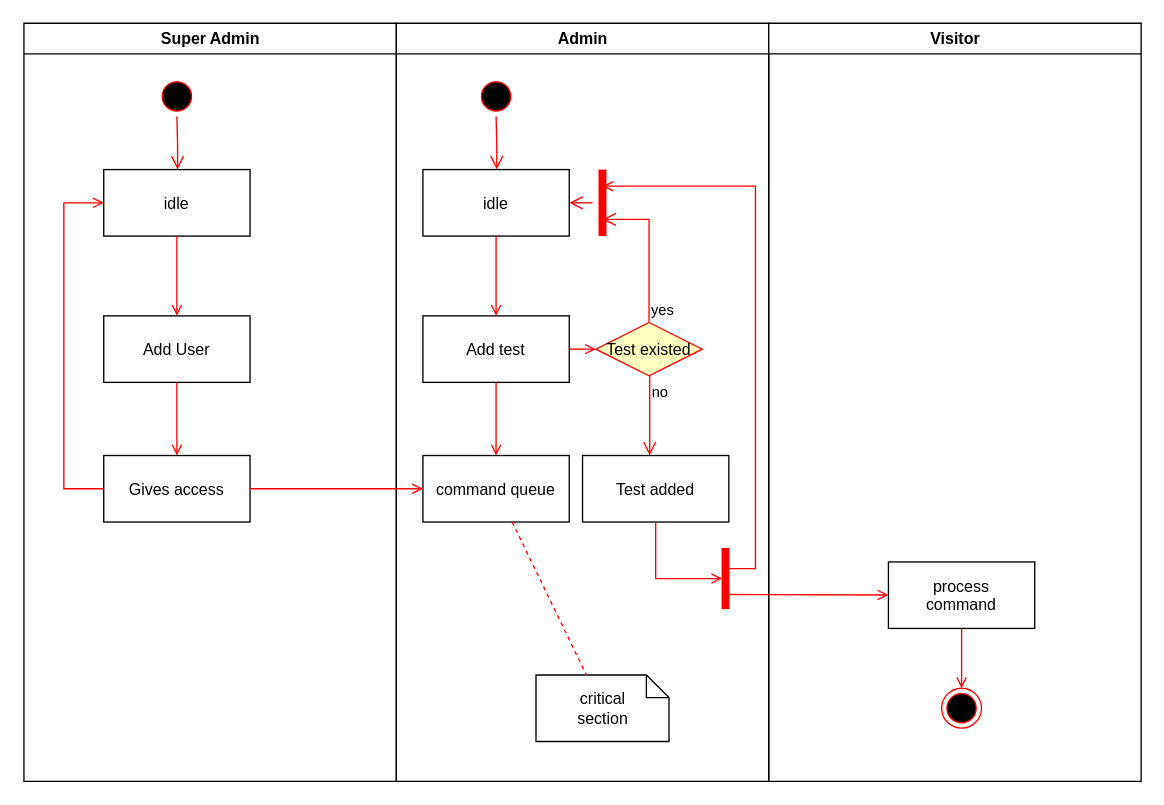
The draw.io diagram LaTech/starUML/Untitled Diagram.drawio in BGTheodore/GeoTech, before the edit. Source tidied: cells renumbered, new cells numbered last; positions are measured from the earlier drawing's top-left corner, leaving out a move shared by most shapes. Both pictures are drawn from the tidied source at 133%, with x=0, y=0 at pixel (23, 23).
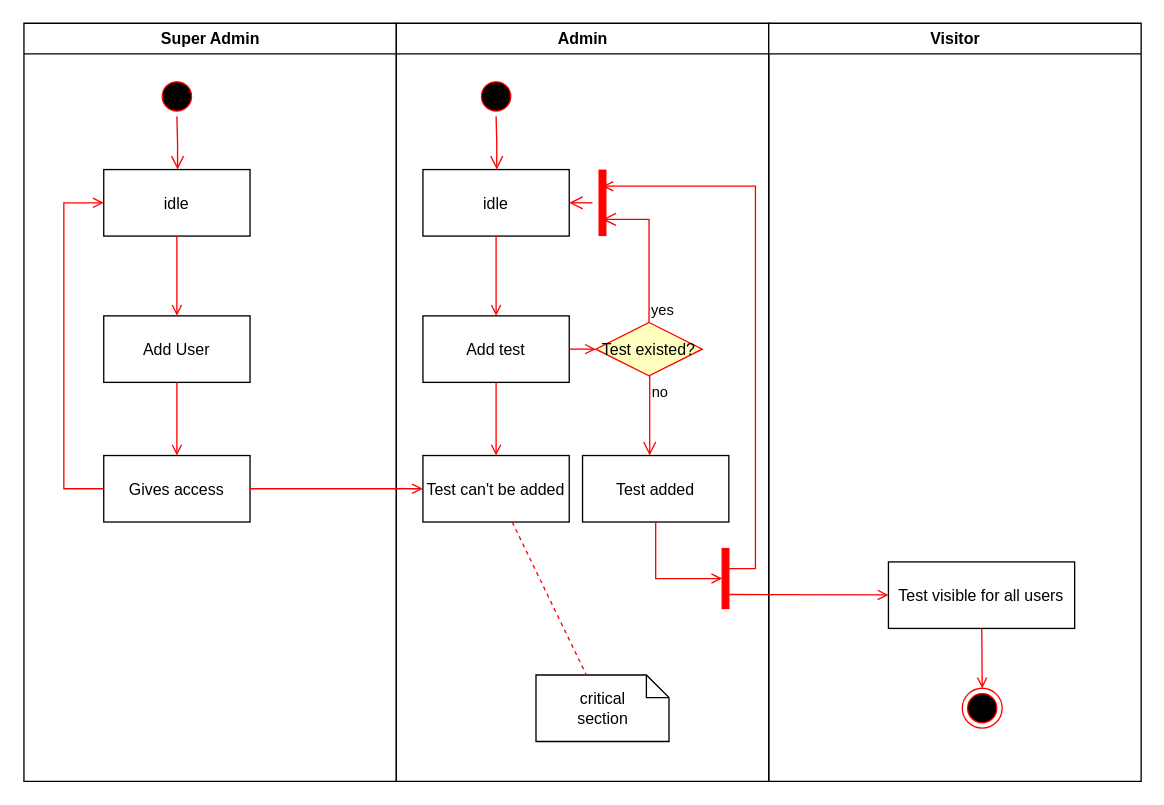
Above is the later version.

The change refers to these unchanged cells:
```xml
<mxCell id="11" value="Admin" style="swimlane;whiteSpace=wrap;" parent="1" vertex="1">
  <mxGeometry x="280.5" width="280" height="570" as="geometry" />
</mxCell>
<mxCell id="30" value="Visitor" style="swimlane;whiteSpace=wrap;" parent="1" vertex="1">
  <mxGeometry x="560.5" width="280" height="570" as="geometry" />
</mxCell>
```

What changed in the source:
```diff
@@
-    <mxCell id="17" value="command queue" parent="11" vertex="1">
+    <mxCell id="17" value="Test can't be added" parent="11" vertex="1">
       <mxGeometry x="20" y="325" width="110" height="50" as="geometry" />
     </mxCell>
@@
-    <mxCell id="19" value="Test existed" style="rhombus;fillColor=#ffffc0;strokeColor=#ff0000;" parent="11" vertex="1">
+    <mxCell id="19" value="Test existed?" style="rhombus;fillColor=#ffffc0;strokeColor=#ff0000;" parent="11" vertex="1">
       <mxGeometry x="150" y="225" width="80" height="40" as="geometry" />
     </mxCell>
@@
-    <mxCell id="31" value="process&#10;command" parent="30" vertex="1">
-      <mxGeometry x="90" y="405" width="110" height="50" as="geometry" />
+    <mxCell id="31" value="Test visible for all users" parent="30" vertex="1">
+      <mxGeometry x="90" y="405" width="140" height="50" as="geometry" />
     </mxCell>
@@
     <mxCell id="34" style="ellipse;shape=endState;fillColor=#000000;strokeColor=#ff0000;" parent="30" vertex="1">
-      <mxGeometry x="130" y="500" width="30" height="30" as="geometry" />
+      <mxGeometry x="145.5" y="500" width="30" height="30" as="geometry" />
     </mxCell>
```
